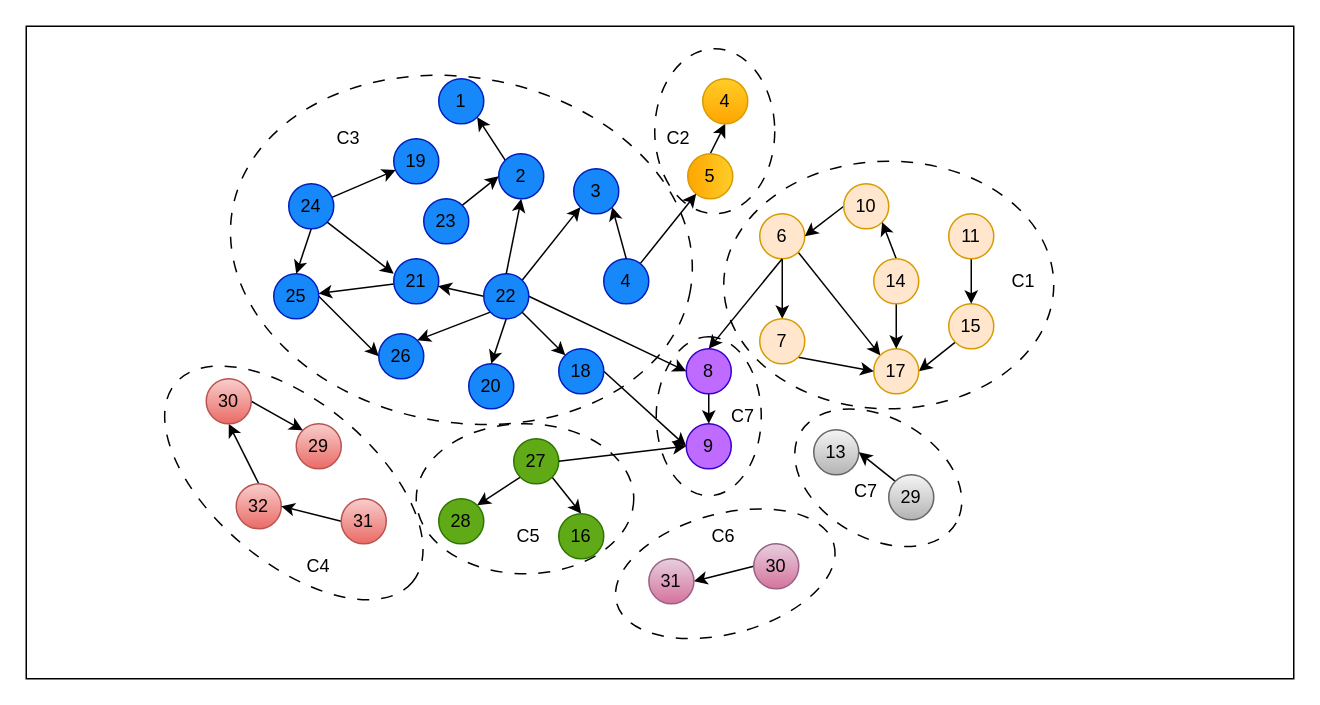
LIMBO42/BackUp keeps this draw.io diagram as 未命名绘图.drawio. Above is the earlier version. Source tidied: cells renumbered, new cells numbered last; positions are measured from the earlier drawing's top-left corner, leaving out a move shared by most shapes. Both pictures are drawn from the tidied source at 150%, with x=0, y=0 at pixel (26, 26).
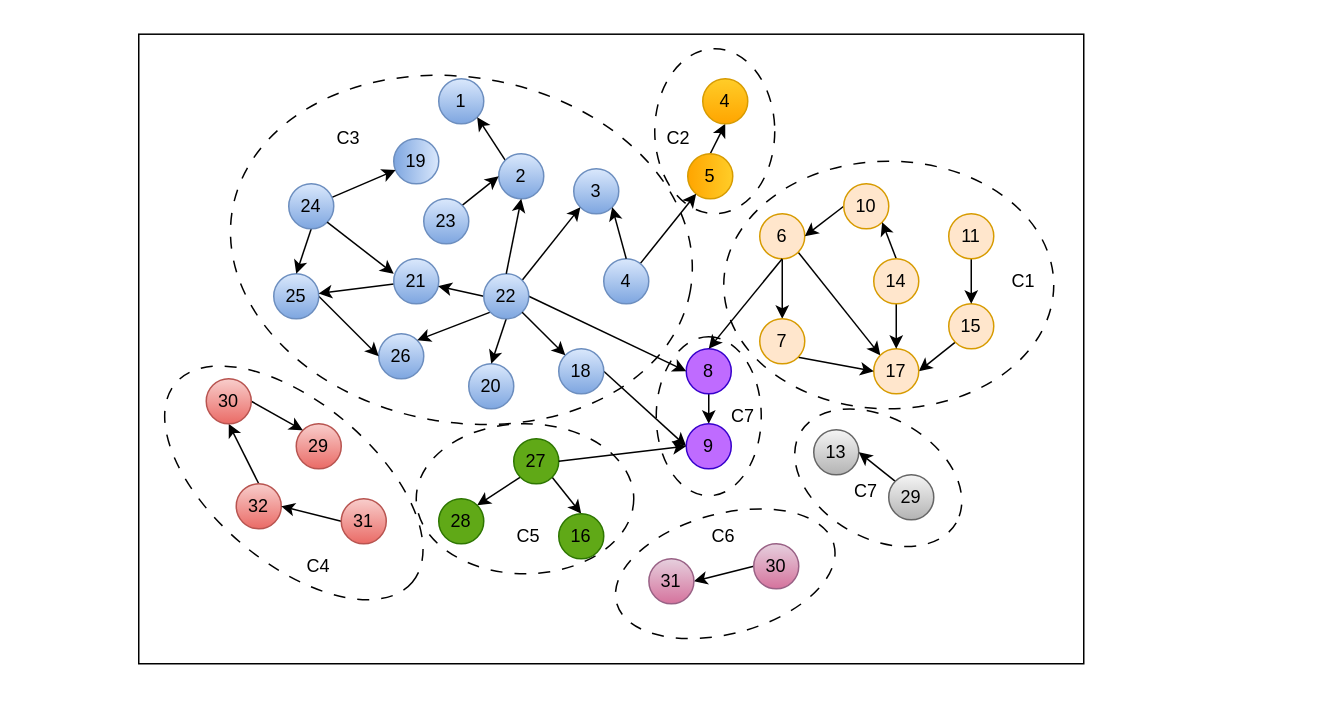
After the change.

Change to the diagram source:
```diff
@@
     <mxCell id="2" style="rounded=0;whiteSpace=wrap;html=1;" parent="1" vertex="1">
-      <mxGeometry width="845" height="435" as="geometry" />
+      <mxGeometry x="75" y="5.3" width="630" height="419.7" as="geometry" />
     </mxCell>
@@
-    <mxCell id="34" value="&lt;font color=&quot;#000000&quot;&gt;1&lt;/font&gt;" style="ellipse;whiteSpace=wrap;html=1;fillColor=#1688FA;strokeColor=#001DBC;fontColor=#ffffff;" parent="1" vertex="1">
+    <mxCell id="34" value="&lt;font color=&quot;#000000&quot;&gt;1&lt;/font&gt;" style="ellipse;whiteSpace=wrap;html=1;fillColor=#dae8fc;strokeColor=#6c8ebf;gradientColor=#7ea6e0;" parent="1" vertex="1">
       <mxGeometry x="275" y="35" width="30" height="30" as="geometry" />
     </mxCell>
@@
-    <mxCell id="43" value="&lt;font color=&quot;#000000&quot;&gt;26&lt;/font&gt;" style="ellipse;whiteSpace=wrap;html=1;fillColor=#1688FA;strokeColor=#001DBC;fontColor=#ffffff;" parent="1" vertex="1">
+    <mxCell id="43" value="&lt;font color=&quot;#000000&quot;&gt;26&lt;/font&gt;" style="ellipse;whiteSpace=wrap;html=1;fillColor=#dae8fc;strokeColor=#6c8ebf;gradientColor=#7ea6e0;" parent="1" vertex="1">
       <mxGeometry x="235" y="205" width="30" height="30" as="geometry" />
     </mxCell>
@@
-    <mxCell id="45" value="&lt;font color=&quot;#000000&quot;&gt;2&lt;/font&gt;" style="ellipse;whiteSpace=wrap;html=1;fillColor=#1688FA;strokeColor=#001DBC;fontColor=#ffffff;" parent="1" vertex="1">
+    <mxCell id="45" value="&lt;font color=&quot;#000000&quot;&gt;2&lt;/font&gt;" style="ellipse;whiteSpace=wrap;html=1;fillColor=#dae8fc;strokeColor=#6c8ebf;gradientColor=#7ea6e0;" parent="1" vertex="1">
       <mxGeometry x="315" y="85" width="30" height="30" as="geometry" />
     </mxCell>
-    <mxCell id="46" value="&lt;font color=&quot;#000000&quot;&gt;20&lt;/font&gt;" style="ellipse;whiteSpace=wrap;html=1;fillColor=#1688FA;strokeColor=#001DBC;fontColor=#ffffff;" parent="1" vertex="1">
+    <mxCell id="46" value="&lt;font color=&quot;#000000&quot;&gt;20&lt;/font&gt;" style="ellipse;whiteSpace=wrap;html=1;fillColor=#dae8fc;strokeColor=#6c8ebf;gradientColor=#7ea6e0;" parent="1" vertex="1">
       <mxGeometry x="295" y="225" width="30" height="30" as="geometry" />
     </mxCell>
@@
-    <mxCell id="48" value="&lt;font color=&quot;#000000&quot;&gt;25&lt;/font&gt;" style="ellipse;whiteSpace=wrap;html=1;fillColor=#1688FA;strokeColor=#001DBC;fontColor=#ffffff;" parent="1" vertex="1">
+    <mxCell id="48" value="&lt;font color=&quot;#000000&quot;&gt;25&lt;/font&gt;" style="ellipse;whiteSpace=wrap;html=1;fillColor=#dae8fc;strokeColor=#6c8ebf;gradientColor=#7ea6e0;" parent="1" vertex="1">
       <mxGeometry x="165" y="165" width="30" height="30" as="geometry" />
     </mxCell>
-    <mxCell id="49" value="&lt;font color=&quot;#000000&quot;&gt;3&lt;/font&gt;" style="ellipse;whiteSpace=wrap;html=1;fillColor=#1688FA;strokeColor=#001DBC;fontColor=#ffffff;" parent="1" vertex="1">
+    <mxCell id="49" value="&lt;font color=&quot;#000000&quot;&gt;3&lt;/font&gt;" style="ellipse;whiteSpace=wrap;html=1;fillColor=#dae8fc;strokeColor=#6c8ebf;gradientColor=#7ea6e0;" parent="1" vertex="1">
       <mxGeometry x="365" y="95" width="30" height="30" as="geometry" />
     </mxCell>
@@
-    <mxCell id="51" value="&lt;font color=&quot;#000000&quot;&gt;4&lt;/font&gt;" style="ellipse;whiteSpace=wrap;html=1;fillColor=#1688FA;strokeColor=#001DBC;fontColor=#ffffff;" parent="1" vertex="1">
+    <mxCell id="51" value="&lt;font color=&quot;#000000&quot;&gt;4&lt;/font&gt;" style="ellipse;whiteSpace=wrap;html=1;fillColor=#dae8fc;strokeColor=#6c8ebf;gradientColor=#7ea6e0;" parent="1" vertex="1">
       <mxGeometry x="385" y="155" width="30" height="30" as="geometry" />
     </mxCell>
@@
-    <mxCell id="53" value="&lt;font color=&quot;#000000&quot;&gt;23&lt;/font&gt;" style="ellipse;whiteSpace=wrap;html=1;fillColor=#1688FA;strokeColor=#001DBC;fontColor=#ffffff;" parent="1" vertex="1">
+    <mxCell id="53" value="&lt;font color=&quot;#000000&quot;&gt;23&lt;/font&gt;" style="ellipse;whiteSpace=wrap;html=1;fillColor=#dae8fc;strokeColor=#6c8ebf;gradientColor=#7ea6e0;" parent="1" vertex="1">
       <mxGeometry x="265" y="115" width="30" height="30" as="geometry" />
     </mxCell>
@@
-    <mxCell id="55" value="&lt;font color=&quot;#000000&quot;&gt;18&lt;/font&gt;" style="ellipse;whiteSpace=wrap;html=1;fillColor=#1688FA;strokeColor=#001DBC;fontColor=#ffffff;" parent="1" vertex="1">
+    <mxCell id="55" value="&lt;font color=&quot;#000000&quot;&gt;18&lt;/font&gt;" style="ellipse;whiteSpace=wrap;html=1;fillColor=#dae8fc;strokeColor=#6c8ebf;gradientColor=#7ea6e0;" parent="1" vertex="1">
       <mxGeometry x="355" y="215" width="30" height="30" as="geometry" />
     </mxCell>
@@
-    <mxCell id="57" value="&lt;font color=&quot;#000000&quot;&gt;21&lt;/font&gt;" style="ellipse;whiteSpace=wrap;html=1;fillColor=#1688FA;strokeColor=#001DBC;fontColor=#ffffff;" parent="1" vertex="1">
+    <mxCell id="57" value="&lt;font color=&quot;#000000&quot;&gt;21&lt;/font&gt;" style="ellipse;whiteSpace=wrap;html=1;fillColor=#dae8fc;strokeColor=#6c8ebf;gradientColor=#7ea6e0;" parent="1" vertex="1">
       <mxGeometry x="245" y="155" width="30" height="30" as="geometry" />
     </mxCell>
-    <mxCell id="58" value="&lt;font color=&quot;#000000&quot;&gt;19&lt;/font&gt;" style="ellipse;whiteSpace=wrap;html=1;fillColor=#1688FA;strokeColor=#001DBC;fontColor=#ffffff;" parent="1" vertex="1">
+    <mxCell id="58" value="&lt;font color=&quot;#000000&quot;&gt;19&lt;/font&gt;" style="ellipse;whiteSpace=wrap;html=1;fillColor=#dae8fc;strokeColor=#6c8ebf;gradientColor=#7ea6e0;direction=south;" parent="1" vertex="1">
       <mxGeometry x="245" y="75" width="30" height="30" as="geometry" />
     </mxCell>
@@
-    <mxCell id="61" value="&lt;font color=&quot;#000000&quot;&gt;24&lt;/font&gt;" style="ellipse;whiteSpace=wrap;html=1;fillColor=#1688FA;strokeColor=#001DBC;fontColor=#ffffff;" parent="1" vertex="1">
+    <mxCell id="61" value="&lt;font color=&quot;#000000&quot;&gt;24&lt;/font&gt;" style="ellipse;whiteSpace=wrap;html=1;fillColor=#dae8fc;strokeColor=#6c8ebf;gradientColor=#7ea6e0;" parent="1" vertex="1">
       <mxGeometry x="175" y="105" width="30" height="30" as="geometry" />
     </mxCell>
@@
-    <mxCell id="67" value="&lt;font color=&quot;#000000&quot;&gt;22&lt;/font&gt;" style="ellipse;whiteSpace=wrap;html=1;fillColor=#1688FA;strokeColor=#001DBC;fontColor=#ffffff;" parent="1" vertex="1">
+    <mxCell id="67" value="&lt;font color=&quot;#000000&quot;&gt;22&lt;/font&gt;" style="ellipse;whiteSpace=wrap;html=1;fillColor=#dae8fc;strokeColor=#6c8ebf;gradientColor=#7ea6e0;" parent="1" vertex="1">
       <mxGeometry x="305" y="165" width="30" height="30" as="geometry" />
     </mxCell>
```
